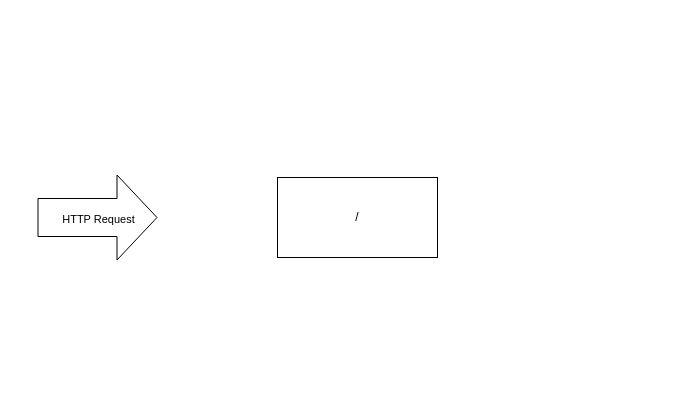
Earlier version of the draw.io diagram Untitled Diagram.drawio (Hoverhuang-er/HoverLibrary). Source tidied: cells renumbered, new cells numbered last; positions are measured from the earlier drawing's top-left corner, leaving out a move shared by most shapes. Both pictures are drawn from the tidied source at 100%, with x=0, y=0 at pixel (37, 177). Pictures stored in the file or linked from it are replaced by grey dashed boxes.
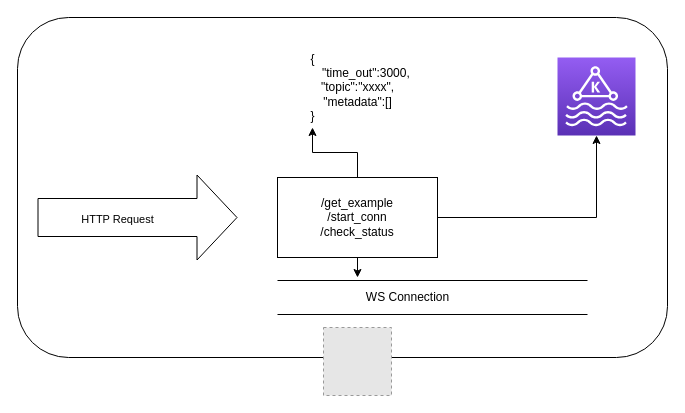
The same diagram, later.

Change to the diagram source:
```diff
@@
 <mxGraphModel>
   <root>
     <mxCell id="0" />
     <mxCell id="1" parent="0" />
+    <mxCell id="5" style="rounded=1;whiteSpace=wrap;html=1;" parent="1" vertex="1">
+      <mxGeometry x="-20" y="-160" width="650" height="340" as="geometry" />
+    </mxCell>
+    <mxCell id="6" style="fillColor=#E6E6E6;strokeColor=#999999;dashed=1;html=1;verticalAlign=top;verticalLabelPosition=bottom;labelBackgroundColor=#ffffff;" parent="1" vertex="1">
+      <mxGeometry x="286" y="150" width="68" height="68" as="geometry" />
+    </mxCell>
     <mxCell id="2" style="shape=flexArrow;endArrow=classic;html=1;endWidth=46;endSize=13;width=38;" parent="1" edge="1">
       <mxGeometry relative="1" as="geometry">
         <mxPoint y="40" as="sourcePoint" />
-        <mxPoint x="120" y="40" as="targetPoint" />
+        <mxPoint x="200" y="40" as="targetPoint" />
       </mxGeometry>
     </mxCell>
     <mxCell id="3" value="HTTP Request" style="edgeLabel;html=1;align=center;verticalAlign=middle;" parent="2" vertex="1">
       <mxGeometry x="-0.52" y="-1" relative="1" as="geometry">
         <mxPoint x="31" as="offset" />
       </mxGeometry>
     </mxCell>
+    <mxCell id="7" style="edgeStyle=orthogonalEdgeStyle;rounded=0;jettySize=auto;html=1;" parent="1" edge="1" source="4" target="10">
+      <mxGeometry relative="1" as="geometry" />
+    </mxCell>
+    <mxCell id="8" style="edgeStyle=orthogonalEdgeStyle;rounded=0;jettySize=auto;html=1;" parent="1" edge="1" source="4" target="11">
+      <mxGeometry relative="1" as="geometry" />
+    </mxCell>
+    <mxCell id="9" style="edgeStyle=orthogonalEdgeStyle;rounded=0;jettySize=auto;html=1;exitX=0.5;exitY=1;exitDx=0;exitDy=0;" parent="1" edge="1" source="4">
+      <mxGeometry relative="1" as="geometry">
+        <mxPoint x="320" y="100" as="targetPoint" />
+      </mxGeometry>
+    </mxCell>
-    <mxCell id="4" value="/" style="rounded=0;whiteSpace=wrap;html=1;" parent="1" vertex="1">
+    <mxCell id="4" value="/get_example&lt;br&gt;/start_conn&lt;br&gt;/check_status" style="rounded=0;whiteSpace=wrap;html=1;" parent="1" vertex="1">
       <mxGeometry x="240" width="160" height="80" as="geometry" />
     </mxCell>
+    <mxCell id="10" style="outlineConnect=0;fontColor=#232F3E;gradientColor=#945DF2;gradientDirection=north;fillColor=#5A30B5;strokeColor=#ffffff;dashed=0;verticalLabelPosition=bottom;verticalAlign=top;align=center;html=1;fontSize=12;fontStyle=0;shape=mxgraph.aws4.resourceIcon;resIcon=mxgraph.aws4.managed_streaming_for_kafka;" parent="1" vertex="1">
+      <mxGeometry x="520" y="-120" width="78" height="78" as="geometry" />
+    </mxCell>
+    <mxCell id="11" value="{&lt;br&gt;&amp;nbsp; &amp;nbsp; &amp;nbsp; &amp;nbsp; &amp;nbsp; &amp;nbsp; &amp;nbsp; &amp;nbsp; &amp;nbsp; &amp;nbsp; &amp;nbsp; &amp;nbsp; &amp;nbsp; &amp;nbsp; &amp;nbsp; &amp;nbsp; &quot;time_out&quot;:3000,&lt;br&gt;&amp;nbsp; &amp;nbsp; &amp;nbsp; &amp;nbsp; &amp;nbsp; &amp;nbsp; &amp;nbsp; &amp;nbsp; &amp;nbsp; &amp;nbsp; &amp;nbsp; &amp;nbsp; &amp;nbsp; &amp;nbsp;&quot;topic&quot;:&quot;xxxx&quot;,&lt;br&gt;&amp;nbsp; &amp;nbsp; &amp;nbsp; &amp;nbsp; &amp;nbsp; &amp;nbsp; &amp;nbsp; &amp;nbsp; &amp;nbsp; &amp;nbsp; &amp;nbsp; &amp;nbsp; &amp;nbsp; &amp;nbsp;&quot;metadata&quot;:[]&lt;br&gt;}" style="text;html=1;align=center;verticalAlign=middle;points=[];" parent="1" vertex="1">
+      <mxGeometry x="170" y="-130" width="210" height="80" as="geometry" />
+    </mxCell>
+    <mxCell id="12" style="shape=link;html=1;width=34;" parent="1" edge="1">
+      <mxGeometry relative="1" as="geometry">
+        <mxPoint x="240" y="120" as="sourcePoint" />
+        <mxPoint x="550" y="120" as="targetPoint" />
+      </mxGeometry>
+    </mxCell>
+    <mxCell id="13" value="WS Connection" style="text;html=1;align=center;verticalAlign=middle;" parent="1" vertex="1">
+      <mxGeometry x="320" y="110" width="100" height="20" as="geometry" />
+    </mxCell>
   </root>
 </mxGraphModel>
```
